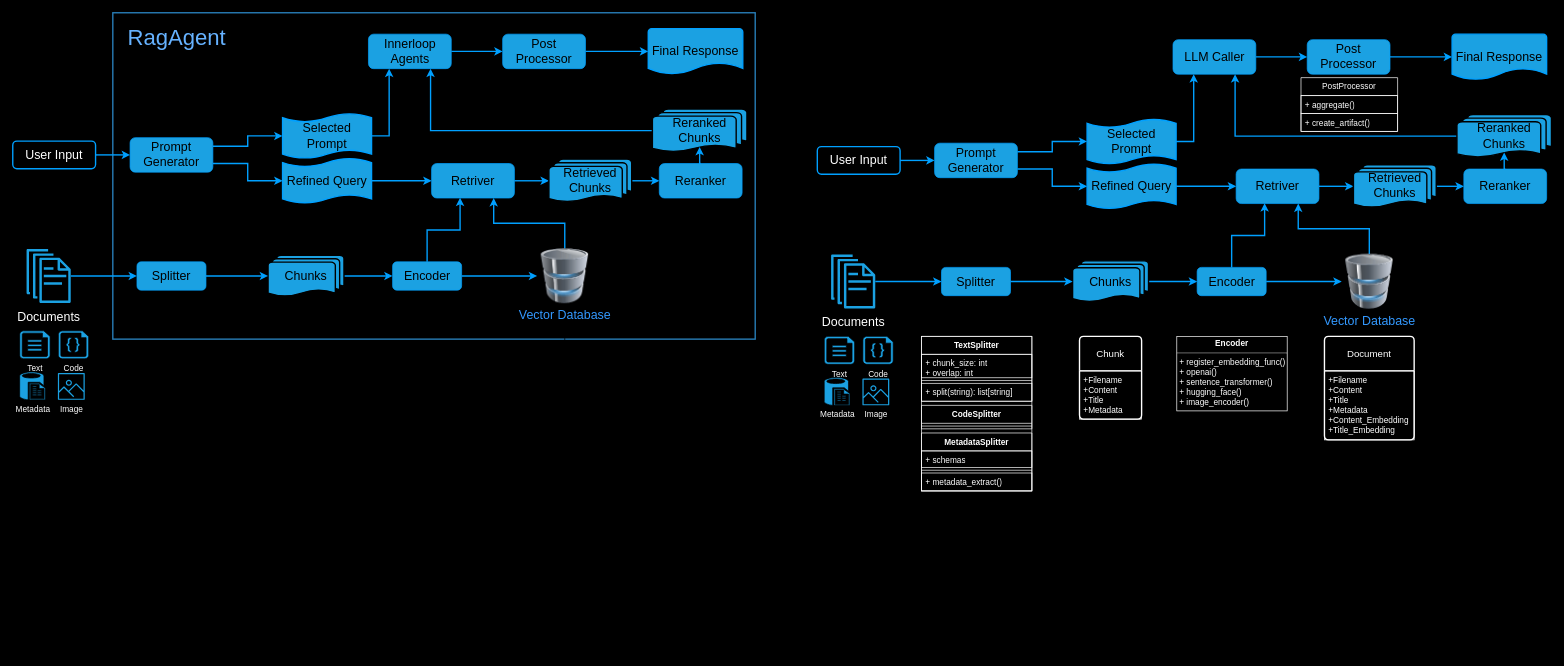
Above: Tasks4AutoGen/autogen-rag.drawio in thinkall/autogen-demos (draw.io), before the change. Source tidied: cells renumbered, new cells numbered last; positions are measured from the earlier drawing's top-left corner, leaving out a move shared by most shapes. Both pictures are drawn from the tidied source at 69%, with x=0, y=0 at pixel (12, 12).
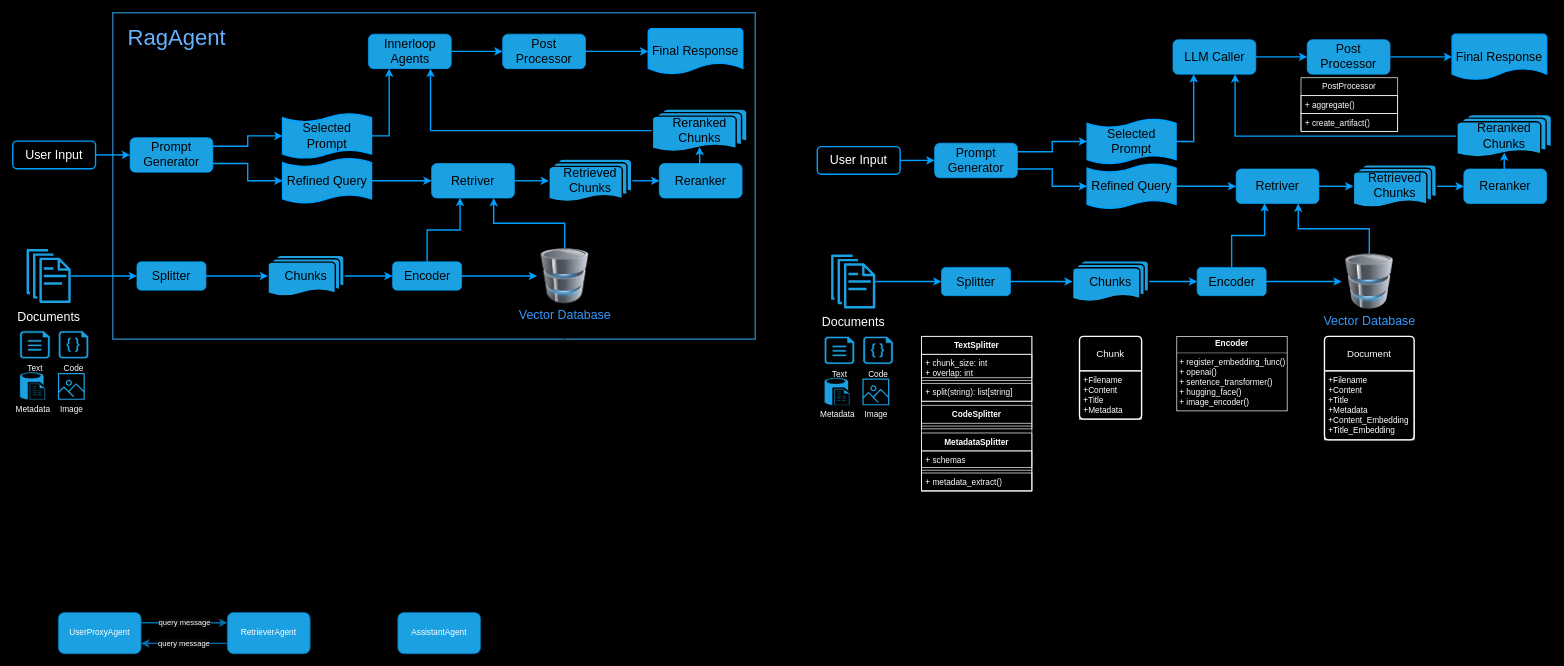
Above is the later version.

Diff of the diagram source:
```diff
@@
+    <mxCell id="103" style="edgeStyle=orthogonalEdgeStyle;rounded=0;jettySize=auto;html=1;" parent="1" edge="1" source="104">
+      <mxGeometry relative="1" as="geometry">
+        <mxPoint x="286" y="899" as="targetPoint" />
+      </mxGeometry>
+    </mxCell>
+    <mxCell id="104" value="UserProxyAgent" style="rounded=1;whiteSpace=wrap;html=1;fillColor=#1ba1e2;fontColor=#ffffff;strokeColor=#006EAF;" parent="1" vertex="1">
+      <mxGeometry x="66" y="869" width="120" height="60" as="geometry" />
+    </mxCell>
+    <mxCell id="105" value="RetrieverAgent" style="rounded=1;whiteSpace=wrap;html=1;fillColor=#1ba1e2;fontColor=#ffffff;strokeColor=#006EAF;" parent="1" vertex="1">
+      <mxGeometry x="311" y="869" width="120" height="60" as="geometry" />
+    </mxCell>
+    <mxCell id="106" value="AssistantAgent" style="rounded=1;whiteSpace=wrap;html=1;fillColor=#1ba1e2;fontColor=#ffffff;strokeColor=#006EAF;" parent="1" vertex="1">
+      <mxGeometry x="558" y="869" width="120" height="60" as="geometry" />
+    </mxCell>
+    <mxCell id="107" value="query message" style="endArrow=classic;html=1;rounded=0;exitX=1;exitY=0.25;exitDx=0;exitDy=0;entryX=0;entryY=0.25;entryDx=0;entryDy=0;strokeColor=#006EAF;strokeWidth=2;fillColor=#1ba1e2;fontColor=#FFFFFF;labelBackgroundColor=#080808;" parent="1" edge="1" source="104" target="105">
+      <mxGeometry relative="1" as="geometry" />
+    </mxCell>
+    <mxCell id="108" value="query message" style="endArrow=classic;html=1;rounded=0;exitX=0;exitY=0.75;exitDx=0;exitDy=0;entryX=1;entryY=0.75;entryDx=0;entryDy=0;strokeColor=#006EAF;strokeWidth=2;fillColor=#1ba1e2;fontColor=#FFFFFF;labelBackgroundColor=#080808;" parent="1" edge="1" source="105" target="104">
+      <mxGeometry relative="1" as="geometry" />
+    </mxCell>
```
